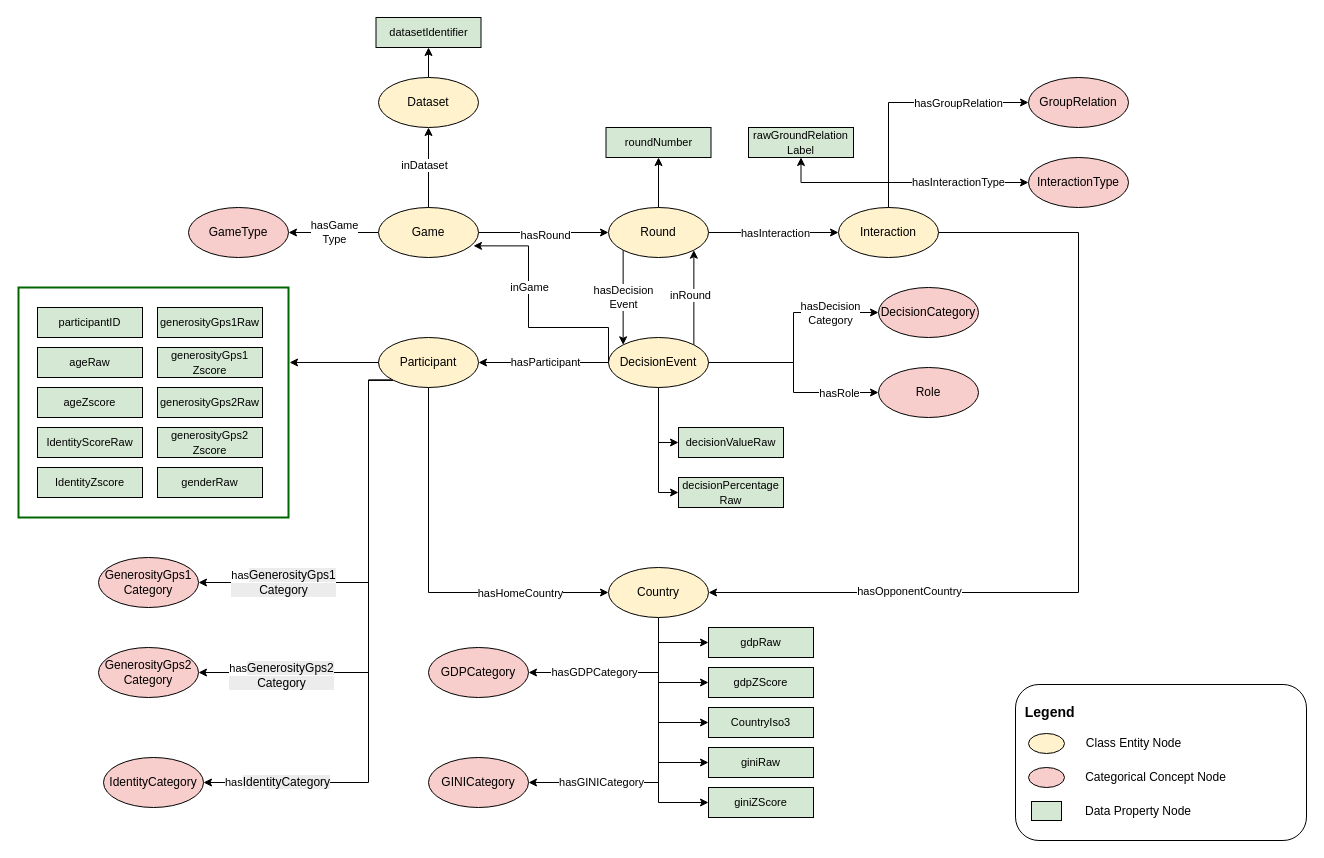
Earlier version of the draw.io diagram DecisionGamesOntology.drawio (hikkaaa/KGEmbeddings-4-DecisionGames). Source tidied: cells renumbered, new cells numbered last; positions are measured from the earlier drawing's top-left corner, leaving out a move shared by most shapes. Both pictures are drawn from the tidied source at 100%, with x=0, y=0 at pixel (18, 17).
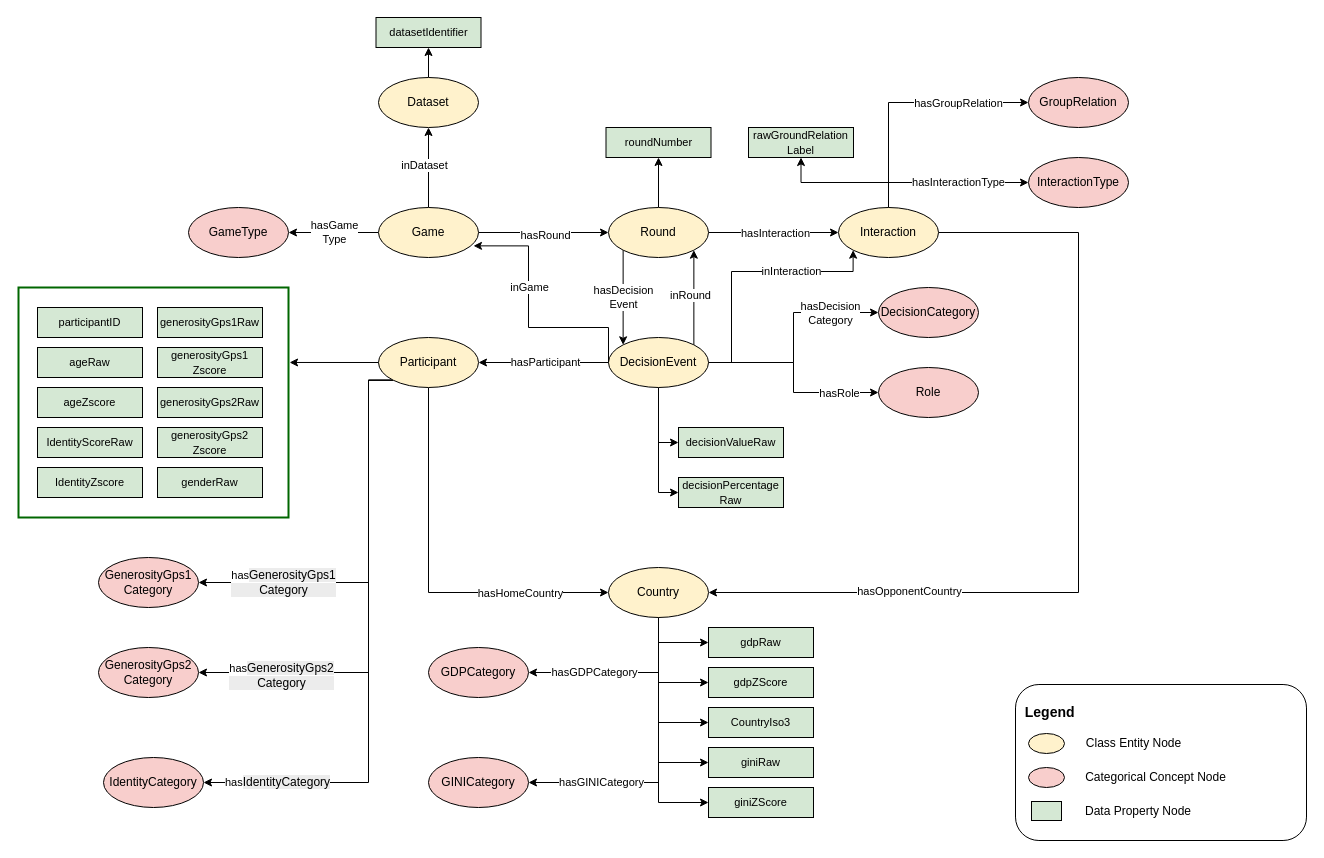
The same page after the edit.

Unchanged cells that the change refers to:
```xml
<mxCell id="24" value="Interaction" style="ellipse;whiteSpace=wrap;html=1;fillColor=#fff2cc;strokeColor=light-dark(#000000, #6d5100);" parent="1" vertex="1">
  <mxGeometry x="820" y="190" width="100" height="50" as="geometry" />
</mxCell>
<mxCell id="35" value="DecisionEvent" style="ellipse;whiteSpace=wrap;html=1;fillColor=#fff2cc;strokeColor=light-dark(#000000, #6d5100);" parent="1" vertex="1">
  <mxGeometry x="590" y="320" width="100" height="50" as="geometry" />
</mxCell>
```

Diff of the diagram source:
```diff
@@
+    <mxCell id="97" style="edgeStyle=orthogonalEdgeStyle;rounded=0;jettySize=auto;html=1;exitX=1;exitY=0.5;exitDx=0;exitDy=0;entryX=0;entryY=1;entryDx=0;entryDy=0;" parent="1" edge="1" source="35" target="24">
+      <mxGeometry relative="1" as="geometry">
+        <Array as="points">
+          <mxPoint x="713" y="345" />
+          <mxPoint x="713" y="254" />
+          <mxPoint x="835" y="254" />
+        </Array>
+      </mxGeometry>
+    </mxCell>
+    <mxCell id="98" value="inInteraction" style="edgeLabel;html=1;align=center;verticalAlign=middle;" parent="97" vertex="1">
+      <mxGeometry x="0.35" y="1" relative="1" as="geometry" />
+    </mxCell>
```
